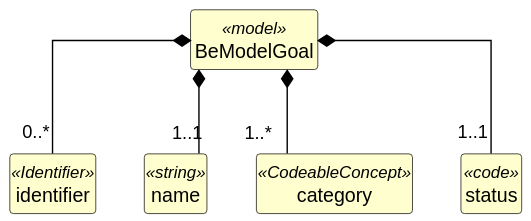
Before: exports/diagrams/BeModelGoal-uml.svg, a diagram exported from PlantUML (caresets/caresets-src).
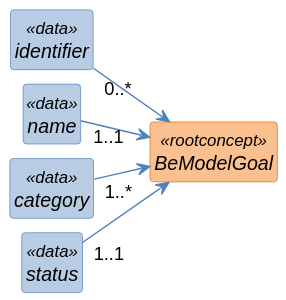
Above is the later version.

Diff of the diagram source:
```diff
@@ -1,34 +1,41 @@
 @startuml
+left to right direction
 skinparam shadowing false
+skinparam nodesep 10
+skinparam ranksep 40
 skinparam classAttributeIconSize 0
-skinparam linetype ortho
 skinparam class {
-  BackgroundColor #FEFECE
-  BorderColor #000000
-  ArrowColor #000000
-  FontStyle bold
-  AttributeFontStyle normal
+  FontStyle italic
+  BackgroundColor<<rootconcept>> #FAC08F
+  BorderColor<<rootconcept>> #E36C0A
+  BackgroundColor<<data>> #B8CCE4
+  BorderColor<<data>> #4F81BD
+  BackgroundColor<<reference>> #D9D9D9
+  BorderColor<<reference>> #808080
+  BackgroundColor<<value set>> #C3D69B
+  BorderColor<<value set>> #77933C
+  ArrowColor #4F81BD
 }
 hide circle
 hide empty members
 
-class "BeModelGoal" as BeModelGoal <<model>> {
+class "BeModelGoal" as BeModelGoal <<rootconcept>> {
 }
 
-class "identifier" as BeModelGoal_identifier <<Identifier>> {
+class "identifier" as BeModelGoal_identifier <<data>> {
 }
 
-class "name" as BeModelGoal_name <<string>> {
+class "name" as BeModelGoal_name <<data>> {
 }
 
-class "category" as BeModelGoal_category <<CodeableConcept>> {
+class "category" as BeModelGoal_category <<data>> {
 }
 
-class "status" as BeModelGoal_status <<code>> {
+class "status" as BeModelGoal_status <<data>> {
 }
 
-BeModelGoal *-- "0..*" BeModelGoal_identifier
-BeModelGoal *-- "1..1" BeModelGoal_name
-BeModelGoal *-- "1..*" BeModelGoal_category
-BeModelGoal *-- "1..1" BeModelGoal_status
+BeModelGoal_identifier "0..*" --> BeModelGoal
+BeModelGoal_name "1..1" --> BeModelGoal
+BeModelGoal_category "1..*" --> BeModelGoal
+BeModelGoal_status "1..1" --> BeModelGoal
 @enduml
```
